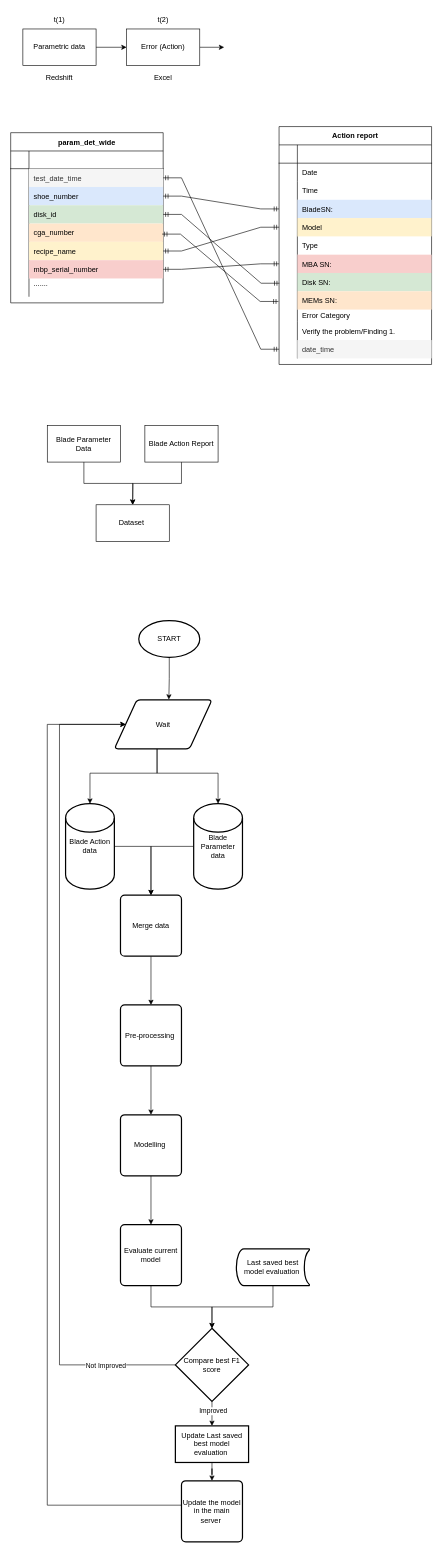
Panhavath/cv keeps this draw.io diagram as Untitled Diagram.drawio. Above is the earlier version. Source tidied: cells renumbered, new cells numbered last; positions are measured from the earlier drawing's top-left corner, leaving out a move shared by most shapes. Both pictures are drawn from the tidied source at 61%, with x=0, y=0 at pixel (10, 10).
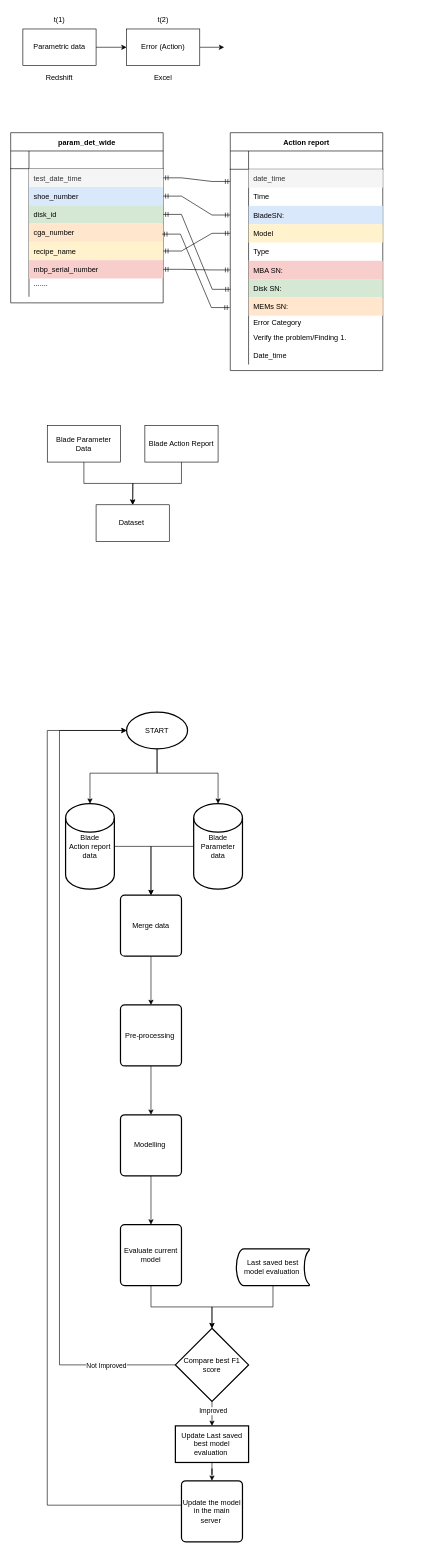
The same diagram, later.

The change refers to these unchanged cells:
```xml
<mxCell id="6" style="shape=partialRectangle;fillColor=none;points=[[0,0.5],[1,0.5]];portConstraint=eastwest;top=0;left=0;right=0;bottom=0;" parent="2" vertex="1">
  <mxGeometry y="59" width="250" height="30" as="geometry" />
</mxCell>
<mxCell id="31" style="shape=partialRectangle;fillColor=none;points=[[0,0.5],[1,0.5]];portConstraint=eastwest;top=0;left=0;right=0;bottom=0;" parent="27" vertex="1">
  <mxGeometry y="60" width="250" height="30" as="geometry" />
</mxCell>
<mxCell id="96" value="Blade Parameter data" style="strokeWidth=2;html=1;shape=mxgraph.flowchart.database;whiteSpace=wrap;" parent="1" vertex="1">
  <mxGeometry x="300" y="1300" width="80" height="140" as="geometry" />
</mxCell>
```

Diff of the diagram source:
```diff
@@
     <mxCell id="27" value="Action report" style="shape=table;startSize=30;childLayout=tableLayout;rowLines=0;fontStyle=1;align=center;" parent="1" vertex="1">
-      <mxGeometry x="440" y="190" width="250" height="390" as="geometry" />
+      <mxGeometry x="360" y="200" width="250" height="390" as="geometry" />
     </mxCell>
@@
-    <mxCell id="33" value="Date" style="shape=partialRectangle;overflow=hidden;fillColor=none;top=0;left=0;bottom=0;right=0;align=left;spacingLeft=6;" parent="31" vertex="1">
+    <mxCell id="33" value="date_time" style="shape=partialRectangle;overflow=hidden;fillColor=#f5f5f5;top=0;left=0;bottom=0;right=0;align=left;spacingLeft=6;fontColor=#333333;strokeColor=#666666;" parent="31" vertex="1">
       <mxGeometry x="30" width="220" height="30" as="geometry" />
     </mxCell>
@@
-    <mxCell id="61" style="shape=tableRow;horizontal=0;startSize=0;swimlaneHead=0;swimlaneBody=0;fillColor=none;points=[[0,0.5],[1,0.5]];portConstraint=eastwest;top=0;left=0;right=0;bottom=0;" parent="27" vertex="1">
+    <mxCell id="61" style="shape=tableRow;horizontal=0;startSize=0;swimlaneHead=0;swimlaneBody=0;fillColor=none;points=[[0,0.5],[1,0.5]];portConstraint=eastwest;top=0;left=0;right=0;bottom=0;strokeColor=inherit;" parent="27" vertex="1">
       <mxGeometry y="350" width="250" height="30" as="geometry" />
     </mxCell>
@@
-    <mxCell id="63" value="date_time" style="shape=partialRectangle;fillColor=#f5f5f5;top=0;left=0;bottom=0;right=0;align=left;spacingLeft=6;overflow=hidden;fontStyle=0;fontColor=#333333;strokeColor=#0F0F0F;" parent="61" vertex="1">
+    <mxCell id="63" value="Date_time" style="shape=partialRectangle;fillColor=none;top=0;left=0;bottom=0;right=0;align=left;spacingLeft=6;overflow=hidden;fontStyle=0;fontColor=default;strokeColor=#0F0F0F;" parent="61" vertex="1">
       <mxGeometry x="30" width="220" height="30" as="geometry" />
     </mxCell>
@@
-    <mxCell id="69" style="edgeStyle=entityRelationEdgeStyle;fontSize=12;html=1;endArrow=ERmandOne;startArrow=ERmandOne;rounded=0;exitX=1;exitY=0.5;exitDx=0;exitDy=0;entryX=0;entryY=0.5;entryDx=0;entryDy=0;" parent="1" edge="1" source="6" target="61">
+    <mxCell id="69" style="edgeStyle=entityRelationEdgeStyle;fontSize=12;html=1;endArrow=ERmandOne;startArrow=ERmandOne;rounded=0;exitX=1;exitY=0.5;exitDx=0;exitDy=0;entryX=0;entryY=0.667;entryDx=0;entryDy=0;entryPerimeter=0;" parent="1" edge="1" source="6" target="31">
       <mxGeometry relative="1" as="geometry">
         <Array as="points">
           <mxPoint x="190" y="420" />
         </Array>
       </mxGeometry>
     </mxCell>
@@
-    <mxCell id="80" style="edgeStyle=orthogonalEdgeStyle;rounded=0;jettySize=auto;html=1;exitX=0.5;exitY=1;exitDx=0;exitDy=0;exitPerimeter=0;" parent="1" edge="1" target="96">
+    <mxCell id="80" style="edgeStyle=orthogonalEdgeStyle;rounded=0;jettySize=auto;html=1;exitX=0.5;exitY=1;exitDx=0;exitDy=0;exitPerimeter=0;" parent="1" edge="1" source="105" target="96">
       <mxGeometry relative="1" as="geometry">
-        <mxPoint x="240" y="1210" as="sourcePoint" />
         <Array as="points">
           <mxPoint x="240" y="1250" />
           <mxPoint x="340" y="1250" />
         </Array>
       </mxGeometry>
     </mxCell>
@@
-    <mxCell id="94" value="Blade Action data" style="strokeWidth=2;html=1;shape=mxgraph.flowchart.database;whiteSpace=wrap;" parent="1" vertex="1">
+    <mxCell id="94" value="Blade Action&amp;nbsp;report data" style="strokeWidth=2;html=1;shape=mxgraph.flowchart.database;whiteSpace=wrap;" parent="1" vertex="1">
       <mxGeometry x="90" y="1300" width="80" height="140" as="geometry" />
     </mxCell>
@@
-    <mxCell id="99" style="edgeStyle=orthogonalEdgeStyle;rounded=0;jettySize=auto;html=1;exitX=0;exitY=0.5;exitDx=0;exitDy=0;" parent="1" edge="1" target="104">
+    <mxCell id="99" style="edgeStyle=orthogonalEdgeStyle;rounded=0;jettySize=auto;html=1;exitX=0;exitY=0.5;exitDx=0;exitDy=0;entryX=0;entryY=0.5;entryDx=0;entryDy=0;entryPerimeter=0;" parent="1" edge="1" target="105">
       <mxGeometry relative="1" as="geometry">
         <mxPoint x="280" y="2450" as="sourcePoint" />
         <Array as="points">
           <mxPoint x="60" y="2450" />
-          <mxPoint x="60" y="1170" />
+          <mxPoint x="60" y="1180" />
         </Array>
       </mxGeometry>
     </mxCell>
-    <mxCell id="100" style="edgeStyle=orthogonalEdgeStyle;rounded=0;jettySize=auto;html=1;entryX=0;entryY=0.5;entryDx=0;entryDy=0;" parent="1" edge="1" target="104">
+    <mxCell id="100" style="edgeStyle=orthogonalEdgeStyle;rounded=0;jettySize=auto;html=1;entryX=0;entryY=0.5;entryDx=0;entryDy=0;entryPerimeter=0;" parent="1" edge="1" target="105">
       <mxGeometry relative="1" as="geometry">
         <mxPoint x="270" y="2220" as="sourcePoint" />
         <Array as="points">
           <mxPoint x="80" y="2220" />
-          <mxPoint x="80" y="1170" />
+          <mxPoint x="80" y="1180" />
         </Array>
       </mxGeometry>
     </mxCell>
@@
-    <mxCell id="104" value="Wait" style="shape=parallelogram;html=1;strokeWidth=2;perimeter=parallelogramPerimeter;whiteSpace=wrap;rounded=1;arcSize=12;size=0.23;" parent="1" vertex="1">
-      <mxGeometry x="170" y="1130" width="160" height="80" as="geometry" />
-    </mxCell>
     <mxCell id="105" value="START" style="strokeWidth=2;html=1;shape=mxgraph.flowchart.start_1;whiteSpace=wrap;" parent="1" vertex="1">
-      <mxGeometry x="210" y="1000" width="100" height="60" as="geometry" />
+      <mxGeometry x="190" y="1150" width="100" height="60" as="geometry" />
     </mxCell>
-    <mxCell id="106" style="edgeStyle=orthogonalEdgeStyle;rounded=0;jettySize=auto;html=1;entryX=0.558;entryY=-0.009;entryDx=0;entryDy=0;entryPerimeter=0;" parent="1" edge="1" source="105" target="104">
-      <mxGeometry relative="1" as="geometry" />
-    </mxCell>
```
